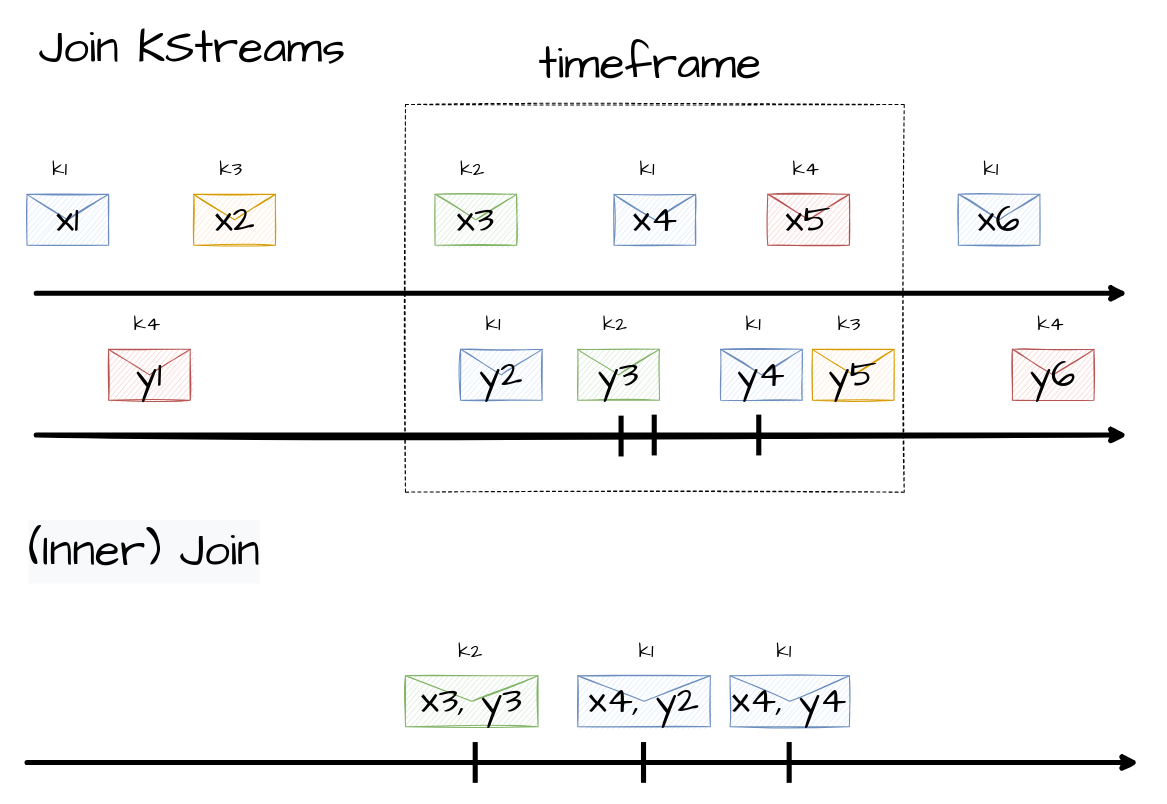
This is page "Page-6" (6 of 15) of Untitled Diagram.drawio from tamani-coding/kafka-streams-tutorial, a draw.io file, before an edit. Source tidied: cells renumbered, new cells numbered last; positions are measured from the earlier drawing's top-left corner, leaving out a move shared by most shapes. Both pictures are drawn from the tidied source at 102%, with x=0, y=0 at pixel (27, 38).
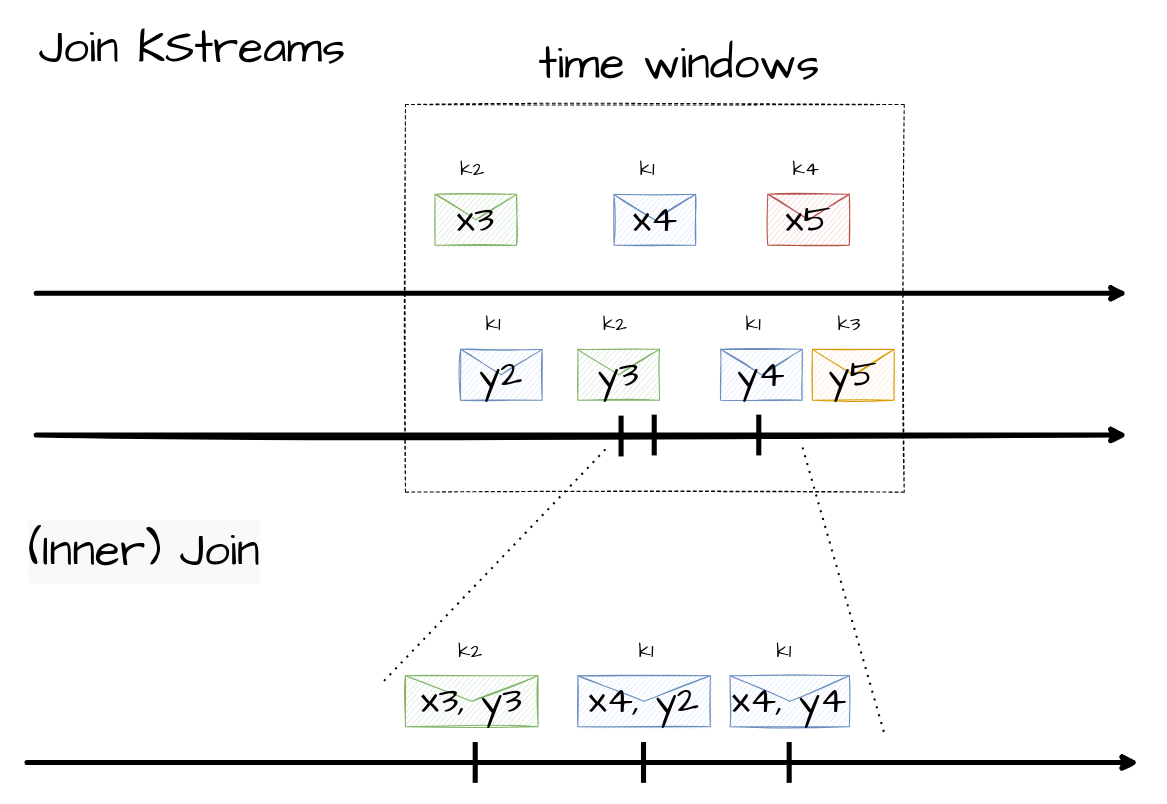
After the change.

The edit, as a diff of the source:
```diff
@@
-    <mxCell id="4" value="&lt;font style=&quot;font-size: 38px&quot; face=&quot;Comic Sans MS&quot;&gt;x1&lt;/font&gt;" style="shape=message;html=1;whiteSpace=wrap;html=1;sketch=1;fillColor=#dae8fc;strokeColor=#6c8ebf;" parent="1" vertex="1">
-      <mxGeometry y="153" width="80" height="50" as="geometry" />
-    </mxCell>
-    <mxCell id="5" value="&lt;font style=&quot;font-size: 20px&quot; face=&quot;Comic Sans MS&quot;&gt;k1&lt;/font&gt;" style="text;html=1;strokeColor=none;fillColor=none;align=left;verticalAlign=middle;whiteSpace=wrap;rounded=0;sketch=1;fontSize=20;" parent="1" vertex="1">
-      <mxGeometry x="23" y="118" width="30" height="20" as="geometry" />
-    </mxCell>
@@
-    <mxCell id="10" value="&lt;font style=&quot;font-size: 45px&quot; face=&quot;Comic Sans MS&quot;&gt;timeframe&lt;/font&gt;" style="text;html=1;strokeColor=none;fillColor=none;align=left;verticalAlign=middle;whiteSpace=wrap;rounded=0;sketch=1;" parent="1" vertex="1">
+    <mxCell id="10" value="&lt;font style=&quot;font-size: 45px&quot; face=&quot;Comic Sans MS&quot;&gt;time windows&lt;/font&gt;" style="text;html=1;strokeColor=none;fillColor=none;align=left;verticalAlign=middle;whiteSpace=wrap;rounded=0;sketch=1;" parent="1" vertex="1">
       <mxGeometry x="500" y="15" width="350" height="20" as="geometry" />
     </mxCell>
@@
-    <mxCell id="12" value="&lt;font style=&quot;font-size: 38px&quot; face=&quot;Comic Sans MS&quot;&gt;x2&lt;/font&gt;" style="shape=message;html=1;whiteSpace=wrap;html=1;sketch=1;fillColor=#ffe6cc;strokeColor=#d79b00;" parent="1" vertex="1">
-      <mxGeometry x="163.5" y="153" width="80" height="50" as="geometry" />
-    </mxCell>
-    <mxCell id="13" value="&lt;font style=&quot;font-size: 20px&quot; face=&quot;Comic Sans MS&quot;&gt;k3&lt;/font&gt;" style="text;html=1;strokeColor=none;fillColor=none;align=left;verticalAlign=middle;whiteSpace=wrap;rounded=0;sketch=1;fontSize=20;" parent="1" vertex="1">
-      <mxGeometry x="186.5" y="118" width="30" height="20" as="geometry" />
-    </mxCell>
@@
-    <mxCell id="20" value="&lt;font style=&quot;font-size: 38px&quot; face=&quot;Comic Sans MS&quot;&gt;x6&lt;/font&gt;" style="shape=message;html=1;whiteSpace=wrap;html=1;sketch=1;fillColor=#dae8fc;strokeColor=#6c8ebf;" parent="1" vertex="1">
-      <mxGeometry x="913" y="153" width="80" height="50" as="geometry" />
-    </mxCell>
-    <mxCell id="21" value="&lt;font style=&quot;font-size: 20px&quot; face=&quot;Comic Sans MS&quot;&gt;k1&lt;/font&gt;" style="text;html=1;strokeColor=none;fillColor=none;align=left;verticalAlign=middle;whiteSpace=wrap;rounded=0;sketch=1;fontSize=20;" parent="1" vertex="1">
-      <mxGeometry x="936" y="118" width="30" height="20" as="geometry" />
-    </mxCell>
-    <mxCell id="22" value="&lt;font style=&quot;font-size: 38px&quot; face=&quot;Comic Sans MS&quot;&gt;y1&lt;/font&gt;" style="shape=message;html=1;whiteSpace=wrap;html=1;sketch=1;fillColor=#f8cecc;strokeColor=#b85450;" parent="1" vertex="1">
-      <mxGeometry x="80" y="305" width="80" height="50" as="geometry" />
-    </mxCell>
-    <mxCell id="23" value="&lt;font style=&quot;font-size: 20px&quot; face=&quot;Comic Sans MS&quot;&gt;k4&lt;/font&gt;" style="text;html=1;strokeColor=none;fillColor=none;align=left;verticalAlign=middle;whiteSpace=wrap;rounded=0;sketch=1;fontSize=20;" parent="1" vertex="1">
-      <mxGeometry x="103" y="270" width="30" height="20" as="geometry" />
-    </mxCell>
@@
-    <mxCell id="28" value="&lt;font style=&quot;font-size: 38px&quot; face=&quot;Comic Sans MS&quot;&gt;y6&lt;/font&gt;" style="shape=message;html=1;whiteSpace=wrap;html=1;sketch=1;fillColor=#f8cecc;strokeColor=#b85450;" parent="1" vertex="1">
-      <mxGeometry x="966" y="305" width="80" height="50" as="geometry" />
-    </mxCell>
-    <mxCell id="29" value="&lt;font style=&quot;font-size: 20px&quot; face=&quot;Comic Sans MS&quot;&gt;k4&lt;/font&gt;" style="text;html=1;strokeColor=none;fillColor=none;align=left;verticalAlign=middle;whiteSpace=wrap;rounded=0;sketch=1;fontSize=20;" parent="1" vertex="1">
-      <mxGeometry x="989" y="270" width="30" height="20" as="geometry" />
-    </mxCell>
@@
+    <mxCell id="45" style="endArrow=none;dashed=1;html=1;dashPattern=1 3;strokeWidth=2;" parent="1" edge="1">
+      <mxGeometry relative="1" as="geometry">
+        <mxPoint x="350" y="630" as="sourcePoint" />
+        <mxPoint x="570" y="400" as="targetPoint" />
+      </mxGeometry>
+    </mxCell>
+    <mxCell id="46" style="endArrow=none;dashed=1;html=1;dashPattern=1 3;strokeWidth=2;" parent="1" edge="1">
+      <mxGeometry relative="1" as="geometry">
+        <mxPoint x="840" y="680" as="sourcePoint" />
+        <mxPoint x="760" y="400" as="targetPoint" />
+      </mxGeometry>
+    </mxCell>
```
